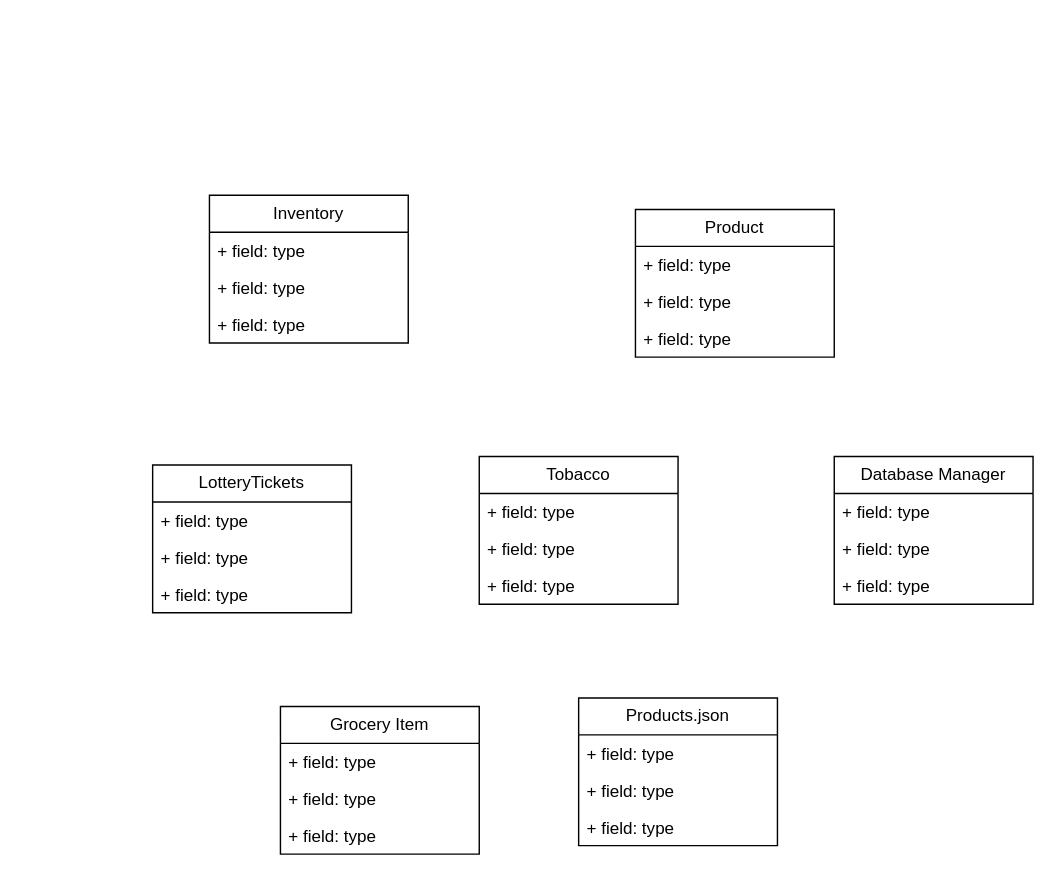
Before: UMLCFinalProjectWin2025.drawio in colburn-anderson/C-Final-Project-Win-2025, a draw.io diagram. Source tidied: cells renumbered, new cells numbered last; positions are measured from the earlier drawing's top-left corner, leaving out a move shared by most shapes. Both pictures are drawn from the tidied source at 142%, with x=0, y=0 at pixel (152, 195).
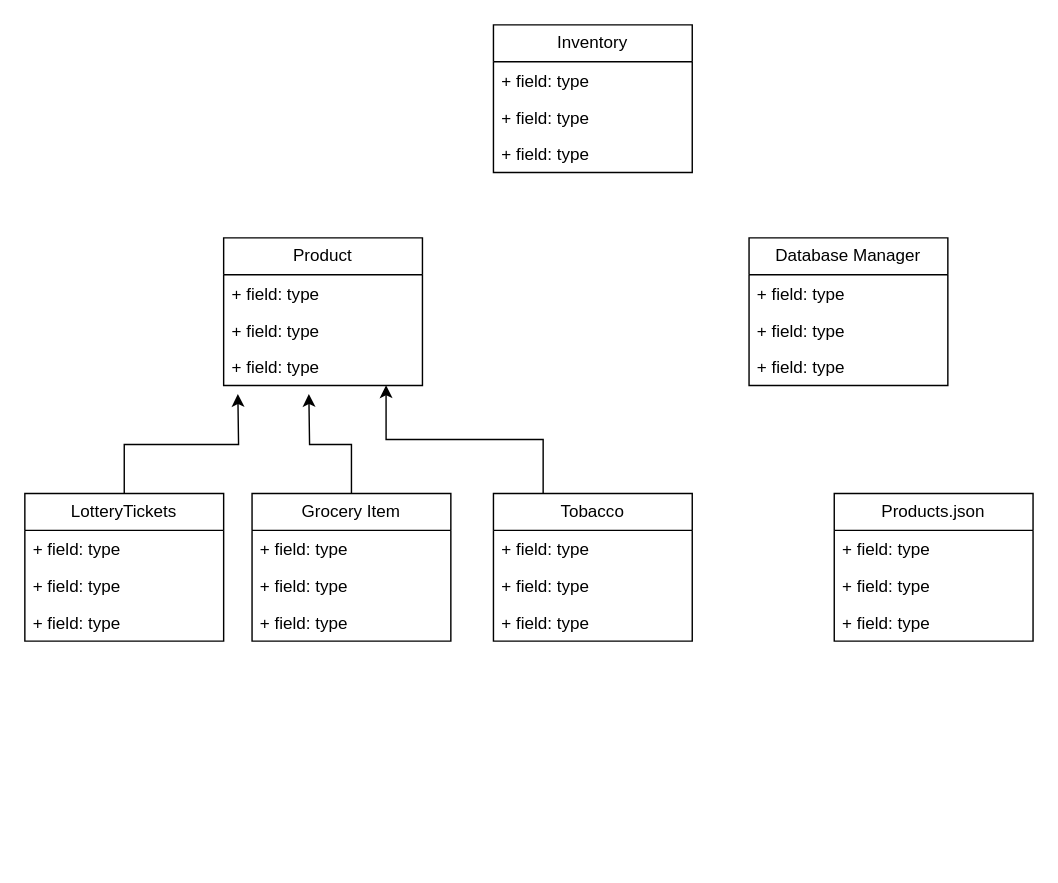
The same page after the edit.

Unchanged cells that the change refers to:
```xml
<mxCell id="9" value="+ field: type" style="text;strokeColor=none;fillColor=none;align=left;verticalAlign=top;spacingLeft=4;spacingRight=4;overflow=hidden;points=[[0,0.5],[1,0.5]];portConstraint=eastwest;whiteSpace=wrap;html=1;" parent="6" vertex="1">
  <mxGeometry y="78" width="140" height="26" as="geometry" />
</mxCell>
```

What changed in the source:
```diff
@@
     <mxCell id="2" value="Inventory" style="swimlane;fontStyle=0;horizontal=1;startSize=26;fillColor=none;whiteSpace=wrap;html=1;" parent="1" vertex="1">
-      <mxGeometry x="40" width="140" height="104" as="geometry" />
+      <mxGeometry x="240" y="-120" width="140" height="104" as="geometry" />
     </mxCell>
@@
     <mxCell id="6" value="Product" style="swimlane;fontStyle=0;horizontal=1;startSize=26;fillColor=none;whiteSpace=wrap;html=1;" parent="1" vertex="1">
-      <mxGeometry x="340" y="10" width="140" height="104" as="geometry" />
+      <mxGeometry x="50" y="30" width="140" height="104" as="geometry" />
     </mxCell>
@@
+    <mxCell id="30" style="edgeStyle=orthogonalEdgeStyle;rounded=0;jettySize=auto;html=1;exitX=0.5;exitY=0;exitDx=0;exitDy=0;" parent="1" edge="1" source="10">
+      <mxGeometry relative="1" as="geometry">
+        <mxPoint x="60" y="140" as="targetPoint" />
+      </mxGeometry>
+    </mxCell>
     <mxCell id="10" value="LotteryTickets" style="swimlane;fontStyle=0;horizontal=1;startSize=26;fillColor=none;whiteSpace=wrap;html=1;" parent="1" vertex="1">
-      <mxGeometry y="190" width="140" height="104" as="geometry" />
+      <mxGeometry x="-90" y="210" width="140" height="104" as="geometry" />
     </mxCell>
@@
     <mxCell id="14" value="Tobacco" style="swimlane;fontStyle=0;horizontal=1;startSize=26;fillColor=none;whiteSpace=wrap;html=1;" parent="1" vertex="1">
-      <mxGeometry x="230" y="184" width="140" height="104" as="geometry" />
+      <mxGeometry x="240" y="210" width="140" height="104" as="geometry" />
     </mxCell>
@@
     <mxCell id="18" value="Datab&lt;span style=&quot;background-color: transparent; color: light-dark(rgb(0, 0, 0), rgb(255, 255, 255));&quot;&gt;ase Manager&lt;/span&gt;" style="swimlane;fontStyle=0;horizontal=1;startSize=26;fillColor=none;whiteSpace=wrap;html=1;" parent="1" vertex="1">
-      <mxGeometry x="480" y="184" width="140" height="104" as="geometry" />
+      <mxGeometry x="420" y="30" width="140" height="104" as="geometry" />
     </mxCell>
@@
+    <mxCell id="31" style="edgeStyle=orthogonalEdgeStyle;rounded=0;jettySize=auto;html=1;exitX=0.5;exitY=0;exitDx=0;exitDy=0;" parent="1" edge="1" source="22">
+      <mxGeometry relative="1" as="geometry">
+        <mxPoint x="110" y="140" as="targetPoint" />
+      </mxGeometry>
+    </mxCell>
     <mxCell id="22" value="Grocery Item" style="swimlane;fontStyle=0;horizontal=1;startSize=26;fillColor=none;whiteSpace=wrap;html=1;" parent="1" vertex="1">
-      <mxGeometry x="90" y="360" width="140" height="104" as="geometry" />
+      <mxGeometry x="70" y="210" width="140" height="104" as="geometry" />
     </mxCell>
@@
     <mxCell id="26" value="Products.json" style="swimlane;fontStyle=0;horizontal=1;startSize=26;fillColor=none;whiteSpace=wrap;html=1;" parent="1" vertex="1">
-      <mxGeometry x="300" y="354" width="140" height="104" as="geometry" />
+      <mxGeometry x="480" y="210" width="140" height="104" as="geometry" />
     </mxCell>
@@
+    <mxCell id="32" style="edgeStyle=orthogonalEdgeStyle;rounded=0;jettySize=auto;html=1;exitX=0.25;exitY=0;exitDx=0;exitDy=0;entryX=0.817;entryY=0.993;entryDx=0;entryDy=0;entryPerimeter=0;" parent="1" edge="1" source="14" target="9">
+      <mxGeometry relative="1" as="geometry" />
+    </mxCell>
```
